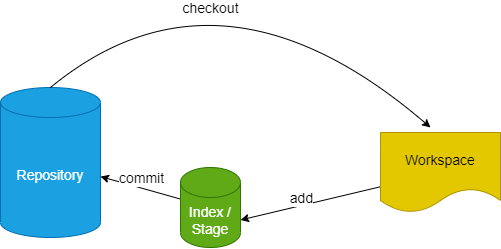
Earlier version of the draw.io export git/images/ch05_01_local_repo_areas.png (iridiumcao/iridiumcao.github.io). Source tidied: cells renumbered, new cells last; positions are measured from the earlier drawing's top-left corner, leaving out a move shared by most shapes.
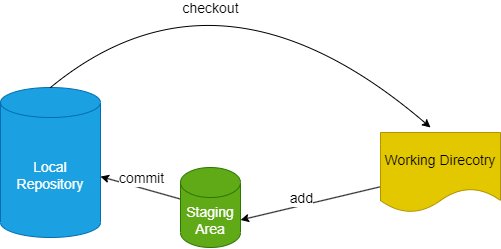
The same diagram one commit later.

What changed in the source:
```diff
@@ -2,7 +2,7 @@
   <root>
     <mxCell id="0" />
     <mxCell id="1" parent="0" />
-    <mxCell id="2" value="&lt;font style=&quot;font-size: 14px;&quot;&gt;Repository&lt;/font&gt;" style="shape=cylinder3;whiteSpace=wrap;html=1;boundedLbl=1;backgroundOutline=1;size=15;fillColor=#1ba1e2;fontColor=#ffffff;strokeColor=#006EAF;" parent="1" vertex="1">
+    <mxCell id="2" value="&lt;font style=&quot;font-size: 14px;&quot;&gt;Local Repository&lt;/font&gt;" style="shape=cylinder3;whiteSpace=wrap;html=1;boundedLbl=1;backgroundOutline=1;size=15;fillColor=#1ba1e2;fontColor=#ffffff;strokeColor=#006EAF;" parent="1" vertex="1">
       <mxGeometry y="140" width="100" height="150" as="geometry" />
     </mxCell>
     <mxCell id="3" style="edgeStyle=none;html=1;" parent="1" edge="1" source="5" target="2">
@@ -13,7 +13,7 @@
         <mxPoint x="11" y="-3" as="offset" />
       </mxGeometry>
     </mxCell>
-    <mxCell id="5" value="&lt;font style=&quot;font-size: 14px;&quot;&gt;Index / Stage&lt;/font&gt;" style="shape=cylinder3;whiteSpace=wrap;html=1;boundedLbl=1;backgroundOutline=1;size=15;fillColor=#60a917;fontColor=#ffffff;strokeColor=#2D7600;" parent="1" vertex="1">
+    <mxCell id="5" value="&lt;font style=&quot;font-size: 14px;&quot;&gt;Staging Area&lt;/font&gt;" style="shape=cylinder3;whiteSpace=wrap;html=1;boundedLbl=1;backgroundOutline=1;size=15;fillColor=#60a917;fontColor=#ffffff;strokeColor=#2D7600;" parent="1" vertex="1">
       <mxGeometry x="180" y="220" width="60" height="80" as="geometry" />
     </mxCell>
     <mxCell id="6" style="edgeStyle=none;html=1;entryX=1;entryY=0;entryDx=0;entryDy=52.5;entryPerimeter=0;" parent="1" edge="1" source="8" target="5">
@@ -24,7 +24,7 @@
         <mxPoint x="1" y="-7" as="offset" />
       </mxGeometry>
     </mxCell>
-    <mxCell id="8" value="&lt;font style=&quot;font-size: 14px;&quot;&gt;Workspace&lt;/font&gt;" style="shape=document;whiteSpace=wrap;html=1;boundedLbl=1;fillColor=#e3c800;fontColor=#000000;strokeColor=#B09500;" parent="1" vertex="1">
+    <mxCell id="8" value="&lt;font style=&quot;font-size: 14px;&quot;&gt;Working Direcotry&lt;/font&gt;" style="shape=document;whiteSpace=wrap;html=1;boundedLbl=1;fillColor=#e3c800;fontColor=#000000;strokeColor=#B09500;" parent="1" vertex="1">
       <mxGeometry x="380" y="185" width="120" height="80" as="geometry" />
     </mxCell>
     <mxCell id="9" style="curved=1;endArrow=classic;html=1;exitX=0.5;exitY=0;exitDx=0;exitDy=0;exitPerimeter=0;" parent="1" edge="1" source="2">
```
